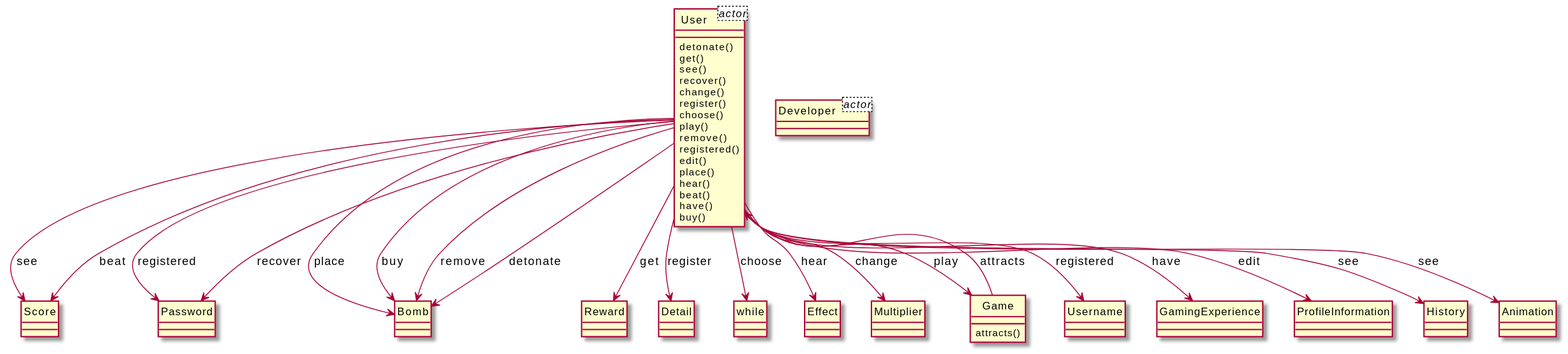
Earlier version of the PlantUML export output/diagram_5/2016-USC-Project06.svg (xixixhalu/DomainModelExtractor). The source it was exported from:
```plantuml
@startuml
hide circle
class User<actor> {
}
class Developer<actor> {
}
class User {
	detonate()
	get()
	see()
	recover()
	change()
	register()
	choose()
	play()
	remove()
	registered()
	edit()
	place()
	hear()
	beat()
	have()
	buy()
}
class Score {
}
class Password {
}
class Bomb {
}
class Reward {
}
class Detail {
}
class while {
}
class Effect {
}
class Multiplier {
}
class Game {
	attracts()
}
class Username {
}
class GamingExperience {
}
class ProfileInformation {
}
class History {
}
class Animation {
}
User --> Bomb : place
User --> Bomb : buy
User --> History : see
User --> Score : see
User --> Reward : get
User --> Detail : register
User --> while : choose
User --> Effect : hear
User --> Password : registered
User --> Multiplier : change
User --> Animation : see
User --> Game : play
User --> Score : beat
User --> Username : registered
User --> Password : recover
User --> GamingExperience : have
Game --> User : attracts
User --> Bomb : remove
User --> Bomb : detonate
User --> ProfileInformation : edit
@enduml
```
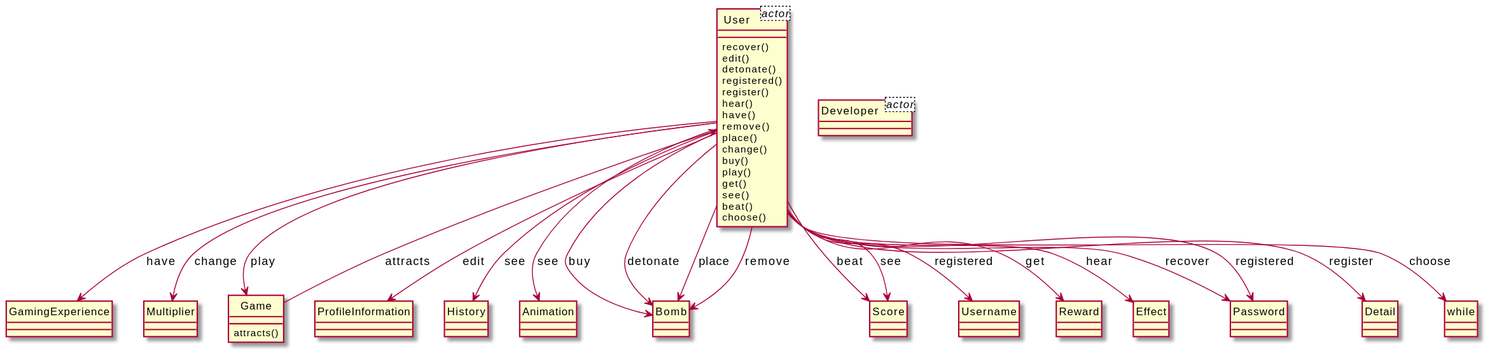
Above is the later version.

What changed in the source:
```diff
@@ -5,45 +5,29 @@
 class Developer<actor> {
 }
 class User {
+	recover()
+	edit()
 	detonate()
+	registered()
+	register()
+	hear()
+	have()
+	remove()
+	place()
+	change()
+	buy()
+	play()
 	get()
 	see()
-	recover()
-	change()
-	register()
+	beat()
 	choose()
-	play()
-	remove()
-	registered()
-	edit()
-	place()
-	hear()
-	beat()
-	have()
-	buy()
 }
-class Score {
-}
-class Password {
-}
-class Bomb {
-}
-class Reward {
-}
-class Detail {
-}
-class while {
-}
-class Effect {
+class GamingExperience {
 }
 class Multiplier {
 }
 class Game {
 	attracts()
-}
-class Username {
-}
-class GamingExperience {
 }
 class ProfileInformation {
 }
@@ -51,24 +35,40 @@
 }
 class Animation {
 }
-User --> Bomb : place
+class Bomb {
+}
+class Score {
+}
+class Username {
+}
+class Reward {
+}
+class Effect {
+}
+class Password {
+}
+class Detail {
+}
+class while {
+}
+User --> ProfileInformation : edit
+User --> Detail : register
 User --> Bomb : buy
 User --> History : see
-User --> Score : see
+User --> Animation : see
+User --> Bomb : detonate
+User --> while : choose
+User --> Score : beat
+User --> Bomb : place
+User --> Bomb : remove
+User --> Username : registered
 User --> Reward : get
-User --> Detail : register
-User --> while : choose
+User --> Password : recover
 User --> Effect : hear
+User --> GamingExperience : have
 User --> Password : registered
 User --> Multiplier : change
-User --> Animation : see
+User --> Score : see
 User --> Game : play
-User --> Score : beat
-User --> Username : registered
-User --> Password : recover
-User --> GamingExperience : have
 Game --> User : attracts
-User --> Bomb : remove
-User --> Bomb : detonate
-User --> ProfileInformation : edit
 @enduml
```
